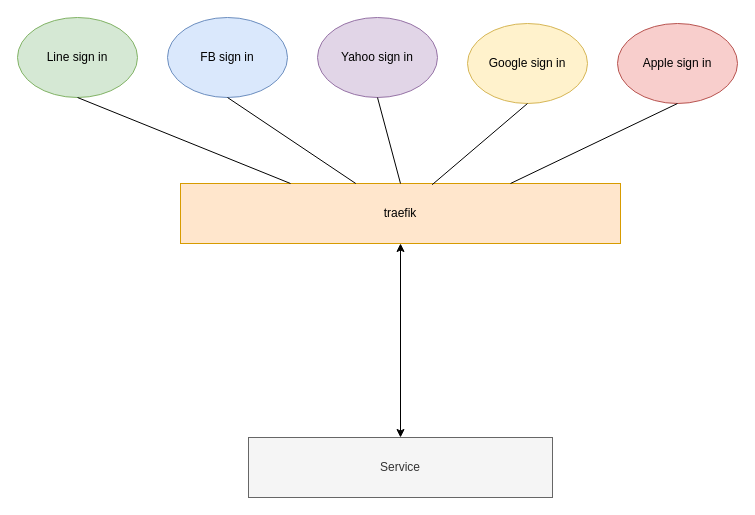
Earlier version of the draw.io diagram signIn.drawio (way11229/signIn). Source tidied: cells renumbered, new cells numbered last; positions are measured from the earlier drawing's top-left corner, leaving out a move shared by most shapes. Both pictures are drawn from the tidied source at 100%, with x=0, y=0 at pixel (17, 17).
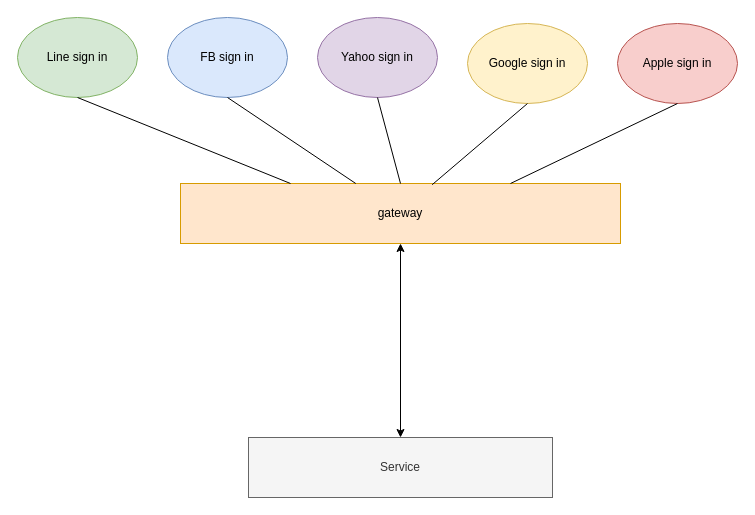
Above is the later version.

Commit message (it also covers changes not shown here):
Way update gateway.

The edit, as a diff of the source:
```diff
@@
 <mxGraphModel>
   <root>
     <mxCell id="0" />
     <mxCell id="1" parent="0" />
-    <mxCell id="2" value="traefik" style="rounded=0;whiteSpace=wrap;html=1;fillColor=#ffe6cc;strokeColor=#d79b00;" parent="1" vertex="1">
+    <mxCell id="2" value="gateway" style="rounded=0;whiteSpace=wrap;html=1;fillColor=#ffe6cc;strokeColor=#d79b00;" parent="1" vertex="1">
       <mxGeometry x="163" y="166" width="440" height="60" as="geometry" />
     </mxCell>
     <mxCell id="3" value="Line sign in" style="ellipse;whiteSpace=wrap;html=1;fillColor=#d5e8d4;strokeColor=#82b366;" parent="1" vertex="1">
       <mxGeometry width="120" height="80" as="geometry" />
     </mxCell>
     <mxCell id="4" value="FB sign in" style="ellipse;whiteSpace=wrap;html=1;fillColor=#dae8fc;strokeColor=#6c8ebf;" parent="1" vertex="1">
       <mxGeometry x="150" width="120" height="80" as="geometry" />
     </mxCell>
     <mxCell id="5" value="Yahoo sign in" style="ellipse;whiteSpace=wrap;html=1;fillColor=#e1d5e7;strokeColor=#9673a6;" parent="1" vertex="1">
       <mxGeometry x="300" width="120" height="80" as="geometry" />
     </mxCell>
     <mxCell id="6" value="Google sign in" style="ellipse;whiteSpace=wrap;html=1;fillColor=#fff2cc;strokeColor=#d6b656;" parent="1" vertex="1">
       <mxGeometry x="450" y="6" width="120" height="80" as="geometry" />
     </mxCell>
     <mxCell id="7" value="Apple sign in" style="ellipse;whiteSpace=wrap;html=1;fillColor=#f8cecc;strokeColor=#b85450;" parent="1" vertex="1">
       <mxGeometry x="600" y="6" width="120" height="80" as="geometry" />
     </mxCell>
     <mxCell id="8" style="endArrow=none;html=1;exitX=0.25;exitY=0;exitDx=0;exitDy=0;" parent="1" edge="1" source="2">
       <mxGeometry relative="1" as="geometry">
         <mxPoint x="60" y="80" as="targetPoint" />
       </mxGeometry>
     </mxCell>
     <mxCell id="9" style="endArrow=none;html=1;entryX=0.5;entryY=1;entryDx=0;entryDy=0;" parent="1" edge="1" source="2" target="4">
       <mxGeometry relative="1" as="geometry" />
     </mxCell>
     <mxCell id="10" style="endArrow=none;html=1;entryX=0.5;entryY=1;entryDx=0;entryDy=0;exitX=0.5;exitY=0;exitDx=0;exitDy=0;" parent="1" edge="1" source="2">
       <mxGeometry relative="1" as="geometry">
         <mxPoint x="360" y="80" as="targetPoint" />
       </mxGeometry>
     </mxCell>
     <mxCell id="11" style="endArrow=none;html=1;entryX=0.5;entryY=1;entryDx=0;entryDy=0;exitX=0.572;exitY=0.02;exitDx=0;exitDy=0;exitPerimeter=0;" parent="1" edge="1" source="2" target="6">
       <mxGeometry relative="1" as="geometry" />
     </mxCell>
     <mxCell id="12" style="endArrow=none;html=1;entryX=0.5;entryY=1;entryDx=0;entryDy=0;exitX=0.75;exitY=0;exitDx=0;exitDy=0;" parent="1" edge="1" source="2">
       <mxGeometry relative="1" as="geometry">
         <mxPoint x="660" y="86" as="targetPoint" />
       </mxGeometry>
     </mxCell>
     <mxCell id="13" value="Service" style="rounded=0;whiteSpace=wrap;html=1;fillColor=#f5f5f5;strokeColor=#666666;fontColor=#333333;" parent="1" vertex="1">
       <mxGeometry x="231" y="420" width="304" height="60" as="geometry" />
     </mxCell>
     <mxCell id="14" style="endArrow=classic;startArrow=classic;html=1;entryX=0.5;entryY=1;entryDx=0;entryDy=0;exitX=0.5;exitY=0;exitDx=0;exitDy=0;" parent="1" edge="1" source="13" target="2">
       <mxGeometry relative="1" as="geometry" />
     </mxCell>
   </root>
 </mxGraphModel>
```
